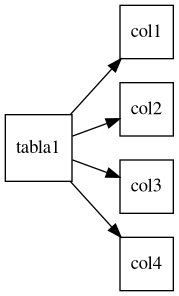
Before: tabla.png, a diagram exported from Graphviz (Yeferal/EstructuraDBGT). Its source is kept beside it as tabla.dot.
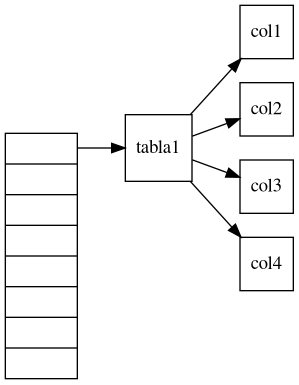
Later version of the same file.

What changed in the source:
```diff
@@ -1,7 +1,17 @@
 digraph G {
-tabla1->col1;
-col1[ shape=square];tabla1->col2;
-col2[ shape=square];tabla1->col3;
-col3[ shape=square];tabla1->col4;
-col4[ shape=square];rankdir=LR;
-tabla1[ shape=square];}
+tabla1->col1[ shape=square];
+col1[ shape=square];
+tabla1->col2[ shape=square];
+col2[ shape=square];
+tabla1->col3[ shape=square];
+col3[ shape=square];
+tabla1->col4[ shape=square];
+col4[ shape=square];
+rankdir=LR;
+tabla1[ shape=square];
+
+node [shape=record];
+node0 [label = "<f0> | <f1> | <f2> | <f3> | <f4> | <f5> | <f6> |"];
+node0:f0 -> tabla1;
+
+}
```
